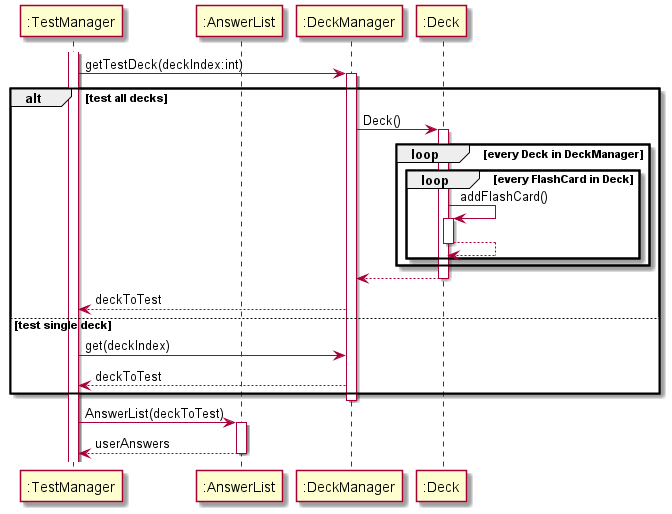
This is docs/assets/getTestDeckSequenceDiagram.png from xkisxk/tp, a PlantUML export, as it was before one commit.
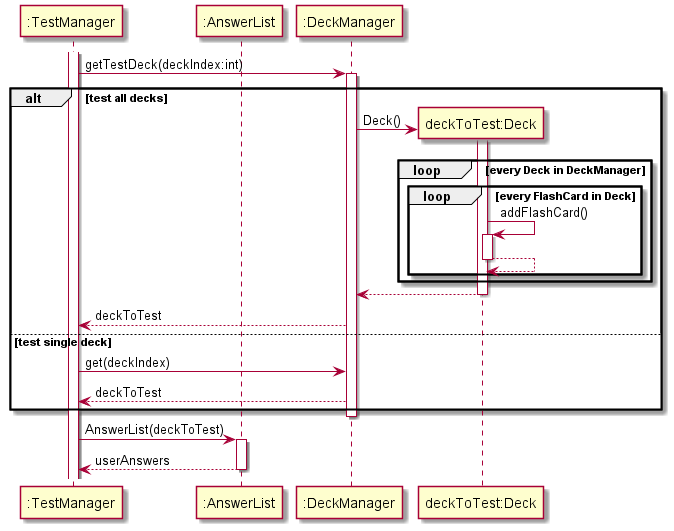
Later version of the same file.

Commit message:
Moved getLowScoringCard function to deckmanager, edited sequence diagrams

The edit, as a diff of the source:
```diff
@@ -2,7 +2,7 @@
 participant ":TestManager" as TestManager
 participant ":AnswerList" as AnswerList
 participant ":DeckManager" as DeckManager
-participant ":Deck" as Deck
+participant "deckToTest:Deck" as Deck
 
 activate TestManager
 
@@ -10,7 +10,7 @@
 activate DeckManager
 
 alt test all decks
-DeckManager -> Deck : Deck()
+DeckManager -> Deck **: Deck()
 activate Deck
 loop every Deck in DeckManager
 loop every FlashCard in Deck
```
